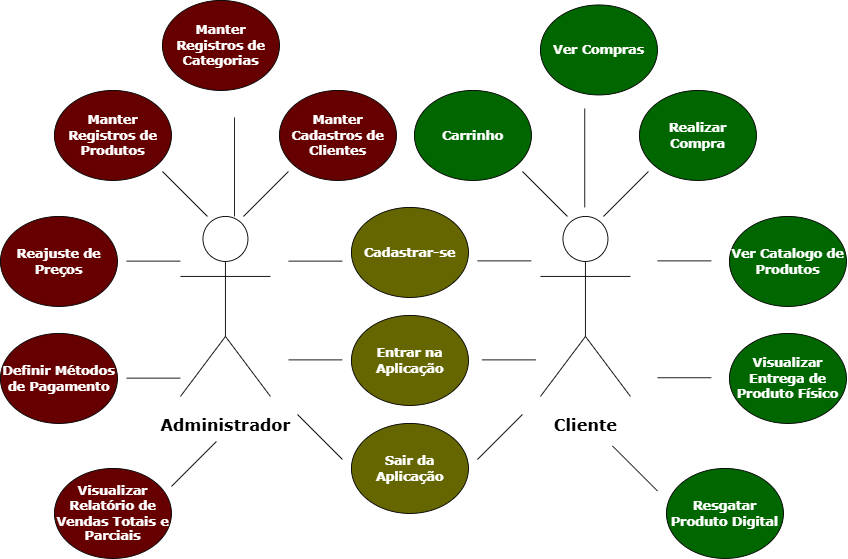
Above: Diagramas/diagrama_casos_uso.drawio.png in DevJoaoVitorB/OOPProject (draw.io), before the change. Source tidied: cells renumbered, new cells last; positions are measured from the earlier drawing's top-left corner, leaving out a move shared by most shapes.
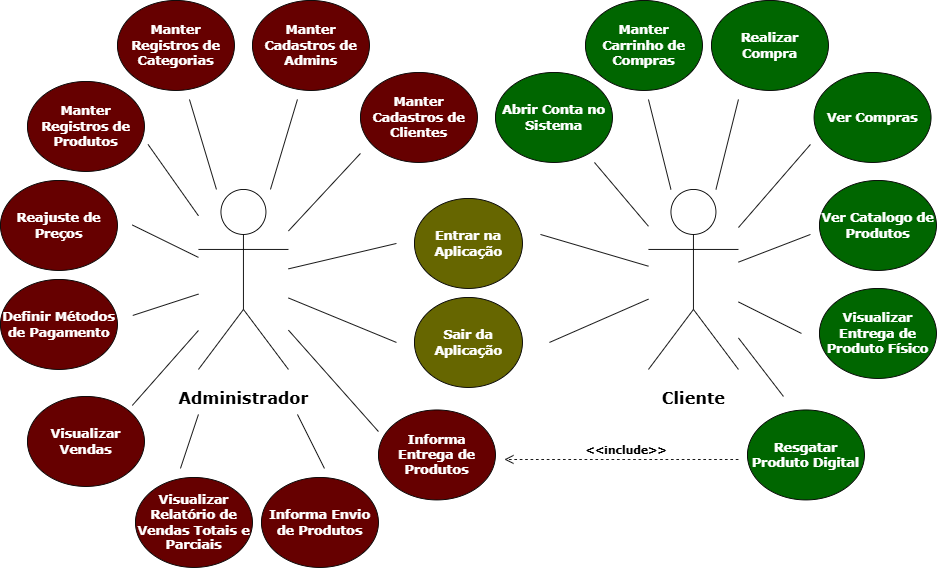
After the commit.

Diff of the diagram source:
```diff
@@ -3,175 +3,183 @@
     <mxCell id="0" />
     <mxCell id="1" parent="0" />
     <mxCell id="2" value="&lt;h2&gt;&lt;font face=&quot;Verdana&quot;&gt;Administrador&lt;/font&gt;&lt;/h2&gt;" style="shape=umlActor;verticalLabelPosition=bottom;verticalAlign=top;html=1;outlineConnect=0;" parent="1" vertex="1">
-      <mxGeometry x="200" y="240" width="100" height="200" as="geometry" />
+      <mxGeometry x="-370" y="-340" width="100" height="200" as="geometry" />
     </mxCell>
     <mxCell id="3" value="&lt;h2&gt;&lt;font face=&quot;Verdana&quot;&gt;Cliente&lt;/font&gt;&lt;/h2&gt;" style="shape=umlActor;verticalLabelPosition=bottom;verticalAlign=top;html=1;outlineConnect=0;" parent="1" vertex="1">
-      <mxGeometry x="600" y="240" width="100" height="200" as="geometry" />
+      <mxGeometry x="130" y="-340" width="100" height="200" as="geometry" />
     </mxCell>
     <mxCell id="4" value="&lt;h3&gt;&lt;font style=&quot;color: rgb(255, 255, 255);&quot; face=&quot;Verdana&quot;&gt;Manter Registros de Categorias&lt;/font&gt;&lt;/h3&gt;" style="ellipse;whiteSpace=wrap;html=1;fillColor=light-dark(#660000,var(--ge-dark-color, #121212));" parent="1" vertex="1">
-      <mxGeometry x="180" width="130" height="100" as="geometry" />
+      <mxGeometry x="-460" y="-550" width="130" height="100" as="geometry" />
     </mxCell>
     <mxCell id="5" value="&lt;h3&gt;&lt;font style=&quot;color: rgb(255, 255, 255);&quot; face=&quot;Verdana&quot;&gt;Manter Registros de Produtos&lt;/font&gt;&lt;/h3&gt;" style="ellipse;whiteSpace=wrap;html=1;fillColor=light-dark(#660000,var(--ge-dark-color, #121212));" parent="1" vertex="1">
-      <mxGeometry x="60" y="100" width="130" height="100" as="geometry" />
+      <mxGeometry x="-560" y="-460" width="130" height="100" as="geometry" />
     </mxCell>
     <mxCell id="6" value="&lt;h3&gt;&lt;font style=&quot;color: rgb(255, 255, 255);&quot; face=&quot;Verdana&quot;&gt;Manter Cadastros de Clientes&lt;/font&gt;&lt;/h3&gt;" style="ellipse;whiteSpace=wrap;html=1;fillColor=light-dark(#660000,var(--ge-dark-color, #121212));" parent="1" vertex="1">
-      <mxGeometry x="310" y="100" width="130" height="100" as="geometry" />
+      <mxGeometry x="-190" y="-470" width="130" height="100" as="geometry" />
     </mxCell>
     <mxCell id="7" value="&lt;h3&gt;&lt;font face=&quot;Verdana&quot; color=&quot;#ffffff&quot;&gt;Reajuste de Preços&lt;/font&gt;&lt;/h3&gt;" style="ellipse;whiteSpace=wrap;html=1;fillColor=light-dark(#660000,var(--ge-dark-color, #121212));" parent="1" vertex="1">
-      <mxGeometry y="240" width="130" height="100" as="geometry" />
+      <mxGeometry x="-590" y="-350" width="130" height="100" as="geometry" />
     </mxCell>
     <mxCell id="8" value="&lt;h3&gt;&lt;font face=&quot;Verdana&quot; color=&quot;#ffffff&quot;&gt;Definir Métodos de Pagamento&lt;/font&gt;&lt;/h3&gt;" style="ellipse;whiteSpace=wrap;html=1;fillColor=light-dark(#660000,var(--ge-dark-color, #121212));" parent="1" vertex="1">
-      <mxGeometry y="370" width="130" height="100" as="geometry" />
+      <mxGeometry x="-590" y="-240" width="130" height="100" as="geometry" />
     </mxCell>
     <mxCell id="9" value="&lt;h3&gt;&lt;font face=&quot;Verdana&quot; color=&quot;#ffffff&quot;&gt;Visualizar Relatório de Vendas Totais e Parciais&lt;/font&gt;&lt;/h3&gt;" style="ellipse;whiteSpace=wrap;html=1;fillColor=light-dark(#660000,var(--ge-dark-color, #121212));" parent="1" vertex="1">
-      <mxGeometry x="60" y="520" width="130" height="100" as="geometry" />
+      <mxGeometry x="-440" y="-20" width="130" height="100" as="geometry" />
     </mxCell>
     <mxCell id="10" value="&lt;h3&gt;&lt;font face=&quot;Verdana&quot; color=&quot;#ffffff&quot;&gt;Entrar na Aplicação&lt;/font&gt;&lt;/h3&gt;" style="ellipse;whiteSpace=wrap;html=1;fillColor=#666600;" parent="1" vertex="1">
-      <mxGeometry x="390" y="350" width="130" height="100" as="geometry" />
+      <mxGeometry x="-130" y="-330" width="120" height="100" as="geometry" />
     </mxCell>
     <mxCell id="11" value="&lt;h3&gt;&lt;font face=&quot;Verdana&quot; color=&quot;#ffffff&quot;&gt;Sair da Aplicação&lt;/font&gt;&lt;/h3&gt;" style="ellipse;whiteSpace=wrap;html=1;fillColor=#666600;" parent="1" vertex="1">
-      <mxGeometry x="390" y="470" width="130" height="100" as="geometry" />
+      <mxGeometry x="-130" y="-220" width="120" height="100" as="geometry" />
     </mxCell>
-    <mxCell id="12" value="&lt;h3&gt;&lt;font face=&quot;Verdana&quot; color=&quot;#ffffff&quot;&gt;Cadastrar-se&lt;/font&gt;&lt;/h3&gt;" style="ellipse;whiteSpace=wrap;html=1;fillColor=#666600;" parent="1" vertex="1">
-      <mxGeometry x="390" y="230" width="130" height="100" as="geometry" />
-    </mxCell>
     <mxCell id="13" value="&lt;h3&gt;&lt;font face=&quot;Verdana&quot; color=&quot;#ffffff&quot;&gt;Resgatar Produto Digital&lt;/font&gt;&lt;/h3&gt;" style="ellipse;whiteSpace=wrap;html=1;fillColor=#006600;" parent="1" vertex="1">
-      <mxGeometry x="740" y="520" width="130" height="100" as="geometry" />
+      <mxGeometry x="240" y="-95" width="130" height="100" as="geometry" />
     </mxCell>
     <mxCell id="14" value="&lt;h3&gt;&lt;font face=&quot;Verdana&quot; color=&quot;#ffffff&quot;&gt;Visualizar Entrega de Produto Físico&lt;/font&gt;&lt;/h3&gt;" style="ellipse;whiteSpace=wrap;html=1;fillColor=#006600;" parent="1" vertex="1">
-      <mxGeometry x="810" y="370" width="130" height="100" as="geometry" />
+      <mxGeometry x="320" y="-230" width="130" height="100" as="geometry" />
     </mxCell>
     <mxCell id="15" value="&lt;h3&gt;&lt;font face=&quot;Verdana&quot; color=&quot;#ffffff&quot;&gt;Ver Catalogo de Produtos&lt;/font&gt;&lt;/h3&gt;" style="ellipse;whiteSpace=wrap;html=1;fillColor=#006600;" parent="1" vertex="1">
-      <mxGeometry x="810" y="240" width="130" height="100" as="geometry" />
+      <mxGeometry x="320" y="-350" width="130" height="100" as="geometry" />
     </mxCell>
     <mxCell id="16" value="&lt;h3&gt;&lt;font face=&quot;Verdana&quot; color=&quot;#ffffff&quot;&gt;Ver Compras&lt;/font&gt;&lt;/h3&gt;" style="ellipse;whiteSpace=wrap;html=1;fillColor=#006600;" parent="1" vertex="1">
-      <mxGeometry x="600" y="5" width="130" height="100" as="geometry" />
+      <mxGeometry x="314" y="-470" width="130" height="100" as="geometry" />
     </mxCell>
     <mxCell id="17" value="&lt;h3&gt;&lt;font face=&quot;Verdana&quot; color=&quot;#ffffff&quot;&gt;Realizar Compra&lt;/font&gt;&lt;/h3&gt;" style="ellipse;whiteSpace=wrap;html=1;fillColor=#006600;" parent="1" vertex="1">
-      <mxGeometry x="710" y="100" width="130" height="100" as="geometry" />
+      <mxGeometry x="200" y="-550" width="130" height="100" as="geometry" />
     </mxCell>
-    <mxCell id="18" value="&lt;h3&gt;&lt;font face=&quot;Verdana&quot; color=&quot;#ffffff&quot;&gt;Carrinho&lt;/font&gt;&lt;/h3&gt;" style="ellipse;whiteSpace=wrap;html=1;fillColor=#006600;" parent="1" vertex="1">
-      <mxGeometry x="460" y="100" width="130" height="100" as="geometry" />
+    <mxCell id="18" value="&lt;h3&gt;&lt;font face=&quot;Verdana&quot; color=&quot;#ffffff&quot;&gt;Manter Carrinho de Compras&lt;/font&gt;&lt;/h3&gt;" style="ellipse;whiteSpace=wrap;html=1;fillColor=#006600;" parent="1" vertex="1">
+      <mxGeometry x="60" y="-550" width="130" height="100" as="geometry" />
     </mxCell>
-    <mxCell id="19" style="endArrow=none;html=1;rounded=0;" parent="1" edge="1">
+    <mxCell id="19" style="endArrow=none;html=1;rounded=0;" parent="1" edge="1" source="2">
       <mxGeometry relative="1" as="geometry">
-        <mxPoint x="270" y="240" as="sourcePoint" />
-        <mxPoint x="320" y="190" as="targetPoint" />
+        <mxPoint x="-190" y="-380" as="targetPoint" />
       </mxGeometry>
     </mxCell>
-    <mxCell id="20" style="endArrow=none;html=1;rounded=0;" parent="1" edge="1">
-      <mxGeometry relative="1" as="geometry">
-        <mxPoint x="230" y="240" as="sourcePoint" />
-        <mxPoint x="180" y="190" as="targetPoint" />
-        <Array as="points">
-          <mxPoint x="230" y="240" />
-        </Array>
-      </mxGeometry>
-    </mxCell>
-    <mxCell id="21" style="endArrow=none;html=1;rounded=0;" parent="1" edge="1">
-      <mxGeometry relative="1" as="geometry">
-        <mxPoint x="649.2" y="230" as="sourcePoint" />
-        <mxPoint x="649.2" y="120" as="targetPoint" />
-      </mxGeometry>
-    </mxCell>
-    <mxCell id="22" style="endArrow=none;html=1;rounded=0;" parent="1" edge="1">
-      <mxGeometry relative="1" as="geometry">
-        <mxPoint x="140" y="289.6" as="sourcePoint" />
-        <mxPoint x="200" y="289.6" as="targetPoint" />
-      </mxGeometry>
-    </mxCell>
-    <mxCell id="23" style="endArrow=none;html=1;rounded=0;" parent="1" edge="1">
-      <mxGeometry relative="1" as="geometry">
-        <mxPoint x="320" y="289.6" as="sourcePoint" />
-        <mxPoint x="380" y="289.6" as="targetPoint" />
-      </mxGeometry>
-    </mxCell>
-    <mxCell id="24" style="endArrow=none;html=1;rounded=0;" parent="1" edge="1">
-      <mxGeometry relative="1" as="geometry">
-        <mxPoint x="140" y="419.6" as="sourcePoint" />
-        <mxPoint x="200" y="419.6" as="targetPoint" />
-      </mxGeometry>
-    </mxCell>
-    <mxCell id="25" style="endArrow=none;html=1;rounded=0;" parent="1" edge="1">
+    <mxCell id="25" style="endArrow=none;html=1;rounded=0;" parent="1" edge="1" source="2">
       <mxGeometry relative="1" as="geometry">
-        <mxPoint x="320" y="399.4" as="sourcePoint" />
-        <mxPoint x="380" y="399.4" as="targetPoint" />
+        <mxPoint x="-150" y="-170" as="targetPoint" />
       </mxGeometry>
     </mxCell>
-    <mxCell id="26" style="endArrow=none;html=1;rounded=0;" parent="1" edge="1">
-      <mxGeometry relative="1" as="geometry">
-        <mxPoint x="190" y="540" as="sourcePoint" />
-        <mxPoint x="240" y="490" as="targetPoint" />
-      </mxGeometry>
-    </mxCell>
-    <mxCell id="27" style="endArrow=none;html=1;rounded=0;" parent="1" edge="1">
+    <mxCell id="27" style="endArrow=none;html=1;rounded=0;" parent="1" edge="1" target="3">
       <mxGeometry relative="1" as="geometry">
-        <mxPoint x="530" y="289.4" as="sourcePoint" />
-        <mxPoint x="590" y="289.4" as="targetPoint" />
+        <mxPoint x="10" y="-290" as="sourcePoint" />
       </mxGeometry>
     </mxCell>
-    <mxCell id="28" style="endArrow=none;html=1;rounded=0;" parent="1" edge="1">
+    <mxCell id="28" style="endArrow=none;html=1;rounded=0;" parent="1" edge="1" target="3">
       <mxGeometry relative="1" as="geometry">
-        <mxPoint x="535" y="399.4" as="sourcePoint" />
-        <mxPoint x="595" y="399.4" as="targetPoint" />
+        <mxPoint x="20" y="-170" as="sourcePoint" />
       </mxGeometry>
     </mxCell>
-    <mxCell id="29" style="endArrow=none;html=1;rounded=0;" parent="1" edge="1">
-      <mxGeometry relative="1" as="geometry">
-        <mxPoint x="380" y="510" as="sourcePoint" />
-        <mxPoint x="330" y="460" as="targetPoint" />
-        <Array as="points">
-          <mxPoint x="380" y="510" />
-        </Array>
-      </mxGeometry>
-    </mxCell>
-    <mxCell id="30" style="endArrow=none;html=1;rounded=0;" parent="1" edge="1">
-      <mxGeometry relative="1" as="geometry">
-        <mxPoint x="530" y="510" as="sourcePoint" />
-        <mxPoint x="580" y="460" as="targetPoint" />
-      </mxGeometry>
-    </mxCell>
-    <mxCell id="31" style="endArrow=none;html=1;rounded=0;" parent="1" edge="1">
-      <mxGeometry relative="1" as="geometry">
-        <mxPoint x="630" y="240" as="sourcePoint" />
-        <mxPoint x="580" y="190" as="targetPoint" />
-        <Array as="points">
-          <mxPoint x="630" y="240" />
-        </Array>
-      </mxGeometry>
-    </mxCell>
-    <mxCell id="32" style="endArrow=none;html=1;rounded=0;" parent="1" edge="1">
-      <mxGeometry relative="1" as="geometry">
-        <mxPoint x="260" y="240" as="sourcePoint" />
-        <mxPoint x="260" y="130" as="targetPoint" />
-      </mxGeometry>
-    </mxCell>
-    <mxCell id="33" style="endArrow=none;html=1;rounded=0;" parent="1" edge="1">
-      <mxGeometry relative="1" as="geometry">
-        <mxPoint x="670" y="240" as="sourcePoint" />
-        <mxPoint x="720" y="190" as="targetPoint" />
-      </mxGeometry>
-    </mxCell>
-    <mxCell id="34" style="endArrow=none;html=1;rounded=0;" parent="1" edge="1">
-      <mxGeometry relative="1" as="geometry">
-        <mxPoint x="730" y="289.4" as="sourcePoint" />
-        <mxPoint x="790" y="289.4" as="targetPoint" />
-      </mxGeometry>
-    </mxCell>
-    <mxCell id="35" style="endArrow=none;html=1;rounded=0;" parent="1" edge="1">
-      <mxGeometry relative="1" as="geometry">
-        <mxPoint x="730" y="419.2" as="sourcePoint" />
-        <mxPoint x="790" y="419.2" as="targetPoint" />
-      </mxGeometry>
-    </mxCell>
-    <mxCell id="36" style="endArrow=none;html=1;rounded=0;" parent="1" edge="1">
-      <mxGeometry relative="1" as="geometry">
-        <mxPoint x="730" y="545" as="sourcePoint" />
-        <mxPoint x="680" y="495" as="targetPoint" />
-        <Array as="points">
-          <mxPoint x="730" y="545" />
-        </Array>
-      </mxGeometry>
-    </mxCell>
+    <mxCell id="37" style="endArrow=none;html=1;rounded=0;" parent="1" edge="1" source="2">
+      <mxGeometry relative="1" as="geometry">
+        <mxPoint x="-150" y="-280" as="targetPoint" />
+      </mxGeometry>
+    </mxCell>
+    <mxCell id="38" value="&lt;h3&gt;&lt;font style=&quot;color: rgb(255, 255, 255);&quot; face=&quot;Verdana&quot;&gt;Manter Cadastros de Admins&lt;/font&gt;&lt;/h3&gt;" style="ellipse;whiteSpace=wrap;html=1;fillColor=light-dark(#660000,var(--ge-dark-color, #121212));" parent="1" vertex="1">
+      <mxGeometry x="-310" y="-550" width="130" height="100" as="geometry" />
+    </mxCell>
+    <mxCell id="39" style="endArrow=none;html=1;rounded=0;" parent="1" edge="1" source="2">
+      <mxGeometry relative="1" as="geometry">
+        <mxPoint x="-260" y="-440" as="targetPoint" />
+      </mxGeometry>
+    </mxCell>
+    <mxCell id="40" style="endArrow=none;html=1;rounded=0;" parent="1" edge="1" source="2">
+      <mxGeometry relative="1" as="geometry">
+        <mxPoint x="-380" y="-440" as="targetPoint" />
+      </mxGeometry>
+    </mxCell>
+    <mxCell id="41" style="endArrow=none;html=1;rounded=0;" parent="1" edge="1" source="2">
+      <mxGeometry relative="1" as="geometry">
+        <mxPoint x="-426" y="-390" as="targetPoint" />
+      </mxGeometry>
+    </mxCell>
+    <mxCell id="42" style="endArrow=none;html=1;rounded=0;" parent="1" edge="1" target="2">
+      <mxGeometry relative="1" as="geometry">
+        <mxPoint x="-443.5" y="-300.5" as="sourcePoint" />
+      </mxGeometry>
+    </mxCell>
+    <mxCell id="43" style="endArrow=none;html=1;rounded=0;" parent="1" edge="1" target="2">
+      <mxGeometry relative="1" as="geometry">
+        <mxPoint x="-443" y="-200" as="sourcePoint" />
+      </mxGeometry>
+    </mxCell>
+    <mxCell id="44" style="endArrow=none;html=1;rounded=0;" parent="1" edge="1" target="2">
+      <mxGeometry relative="1" as="geometry">
+        <mxPoint x="-443.5" y="-100" as="sourcePoint" />
+      </mxGeometry>
+    </mxCell>
+    <mxCell id="45" value="&lt;h3&gt;&lt;font face=&quot;Verdana&quot; color=&quot;#ffffff&quot;&gt;Visualizar Vendas&lt;/font&gt;&lt;/h3&gt;" style="ellipse;whiteSpace=wrap;html=1;fillColor=light-dark(#660000,var(--ge-dark-color, #121212));" parent="1" vertex="1">
+      <mxGeometry x="-560" y="-110" width="130" height="100" as="geometry" />
+    </mxCell>
+    <mxCell id="46" style="endArrow=none;html=1;rounded=0;" parent="1" edge="1">
+      <mxGeometry relative="1" as="geometry">
+        <mxPoint x="-390" y="-30" as="sourcePoint" />
+        <mxPoint x="-370" y="-90" as="targetPoint" />
+      </mxGeometry>
+    </mxCell>
+    <mxCell id="47" value="&lt;h3&gt;&lt;font face=&quot;Verdana&quot; color=&quot;#ffffff&quot;&gt;Informa Envio de Produtos&lt;/font&gt;&lt;/h3&gt;" style="ellipse;whiteSpace=wrap;html=1;fillColor=light-dark(#660000,var(--ge-dark-color, #121212));" parent="1" vertex="1">
+      <mxGeometry x="-300" y="-20" width="130" height="100" as="geometry" />
+    </mxCell>
+    <mxCell id="48" style="endArrow=none;html=1;rounded=0;" parent="1" edge="1">
+      <mxGeometry relative="1" as="geometry">
+        <mxPoint x="-230" y="-30" as="sourcePoint" />
+        <mxPoint x="-260" y="-90" as="targetPoint" />
+      </mxGeometry>
+    </mxCell>
+    <mxCell id="49" value="&lt;h3&gt;&lt;font face=&quot;Verdana&quot; color=&quot;#ffffff&quot;&gt;Informa Entrega de Produtos&lt;/font&gt;&lt;/h3&gt;" style="ellipse;whiteSpace=wrap;html=1;fillColor=light-dark(#660000,var(--ge-dark-color, #121212));" parent="1" vertex="1">
+      <mxGeometry x="-170" y="-95" width="130" height="100" as="geometry" />
+    </mxCell>
+    <mxCell id="50" style="endArrow=none;html=1;rounded=0;" parent="1" edge="1" target="2">
+      <mxGeometry relative="1" as="geometry">
+        <mxPoint x="-170" y="-71" as="sourcePoint" />
+      </mxGeometry>
+    </mxCell>
+    <mxCell id="51" style="endArrow=none;html=1;rounded=0;" parent="1" edge="1" source="3">
+      <mxGeometry relative="1" as="geometry">
+        <mxPoint x="70" y="-370" as="targetPoint" />
+      </mxGeometry>
+    </mxCell>
+    <mxCell id="52" value="&lt;h3&gt;&lt;font face=&quot;Verdana&quot; color=&quot;#ffffff&quot;&gt;Abrir Conta no Sistema&lt;/font&gt;&lt;/h3&gt;" style="ellipse;whiteSpace=wrap;html=1;fillColor=#006600;" parent="1" vertex="1">
+      <mxGeometry x="-40" y="-470" width="130" height="100" as="geometry" />
+    </mxCell>
+    <mxCell id="53" style="endArrow=none;html=1;rounded=0;" parent="1" edge="1" source="3">
+      <mxGeometry relative="1" as="geometry">
+        <mxPoint x="130" y="-440" as="targetPoint" />
+      </mxGeometry>
+    </mxCell>
+    <mxCell id="54" style="endArrow=none;html=1;rounded=0;" parent="1" edge="1" source="3">
+      <mxGeometry relative="1" as="geometry">
+        <mxPoint x="230" y="-440" as="targetPoint" />
+      </mxGeometry>
+    </mxCell>
+    <mxCell id="55" style="endArrow=none;html=1;rounded=0;" parent="1" edge="1" source="3">
+      <mxGeometry relative="1" as="geometry">
+        <mxPoint x="310" y="-390" as="targetPoint" />
+      </mxGeometry>
+    </mxCell>
+    <mxCell id="56" style="endArrow=none;html=1;rounded=0;" parent="1" edge="1" source="3">
+      <mxGeometry relative="1" as="geometry">
+        <mxPoint x="310" y="-290" as="targetPoint" />
+      </mxGeometry>
+    </mxCell>
+    <mxCell id="57" style="endArrow=none;html=1;rounded=0;" parent="1" edge="1" source="3">
+      <mxGeometry relative="1" as="geometry">
+        <mxPoint x="300" y="-180" as="targetPoint" />
+      </mxGeometry>
+    </mxCell>
+    <mxCell id="58" style="endArrow=none;html=1;rounded=0;" parent="1" edge="1" source="3">
+      <mxGeometry relative="1" as="geometry">
+        <mxPoint x="280" y="-110" as="targetPoint" />
+      </mxGeometry>
+    </mxCell>
+    <mxCell id="59" value="&lt;pre&gt;&lt;br&gt;&lt;/pre&gt;" style="html=1;verticalAlign=bottom;endArrow=open;dashed=1;endSize=8;curved=0;rounded=0;" parent="1" edge="1">
+      <mxGeometry y="10" relative="1" as="geometry">
+        <mxPoint x="230" y="-40" as="sourcePoint" />
+        <mxPoint x="-30" y="-40" as="targetPoint" />
+      </mxGeometry>
+    </mxCell>
+    <mxCell id="60" value="&lt;h4&gt;&lt;font face=&quot;Verdana&quot;&gt;&amp;lt;&amp;lt;include&amp;gt;&amp;gt;&lt;/font&gt;&lt;/h4&gt;" style="text;html=1;align=center;verticalAlign=middle;strokeColor=none;fillColor=none;" parent="1" vertex="1">
+      <mxGeometry x="50" y="-80" width="110" height="60" as="geometry" />
+    </mxCell>
   </root>
 </mxGraphModel>
```
